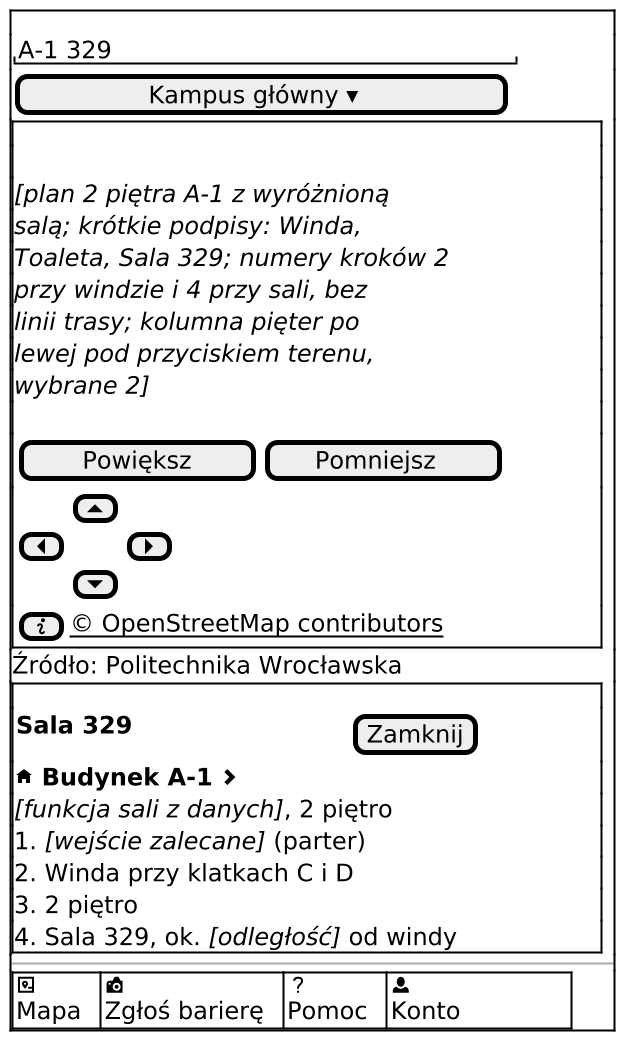
Above: docs/docs/_generated/m-v1-mapa-sala.png in dostepny-kampus/dostepny-kampus (PlantUML), before the change.
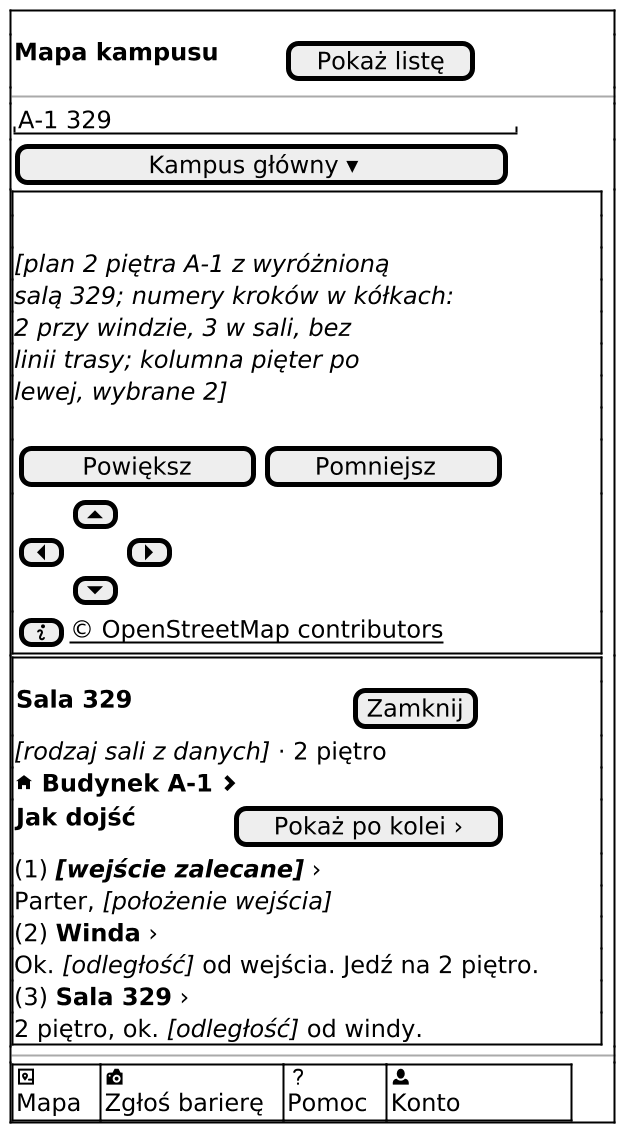
After the change.

Diff of the diagram source:
```diff
@@ -1,20 +1,23 @@
 @startsalt
-' V1 Mapa kampusu, znaleziona sala: plan piętra na mapie i kroki tekstem (decyzja 48, punkt 5).
+' V1 Mapa kampusu, znaleziona sala: plan piętra z wyróżnioną salą i karta sali z listą „Jak dojść”, nic nie wybrane (US18.1, US18.2).
 !include _wspolne.iuml
 !include _odwiedzajacy.iuml
 $ekran_poczatek()
+$naglowek_mapy("Pokaż listę")
 $pole_tekstowe("A-1 329")
 $przycisk("Kampus główny ▾")
-$mapa("plan 2 piętra A-1 z wyróżnioną salą; krótkie podpisy: Winda, Toaleta, Sala 329; numery kroków 2 przy windzie i 4 przy sali, bez linii trasy; kolumna pięter po lewej pod przyciskiem terenu, wybrane 2", "", "info")
-Źródło: Politechnika Wrocławska
+$mapa("plan 2 piętra A-1 z wyróżnioną salą 329; numery kroków w kółkach: 2 przy windzie, 3 w sali, bez linii trasy; kolumna pięter po lewej, wybrane 2", "", "info")
 $ramka()
 { <b>Sala 329</b>$dk_spacje(14) | [Zamknij] }
+<i>[rodzaj sali z danych]</i> · 2 piętro
 $wiersz_budynku()
-<i>[funkcja sali z danych]</i>, 2 piętro
-1. <i>[wejście zalecane]</i> (parter)
-2. Winda przy klatkach C i D
-3. 2 piętro
-4. Sala 329, ok. <i>[odległość]</i> od windy
+{ <b>Jak dojść</b>$dk_spacje(6) | [Pokaż po kolei ›] }
+(1) <b><i>[wejście zalecane]</i></b> ›
+Parter, <i>[położenie wejścia]</i>
+(2) <b>Winda</b> ›
+Ok. <i>[odległość]</i> od wejścia. Jedź na 2 piętro.
+(3) <b>Sala 329</b> ›
+2 piętro, ok. <i>[odległość]</i> od windy.
 }
 $pasek_dolny_konto()
 $ekran_koniec()
```
